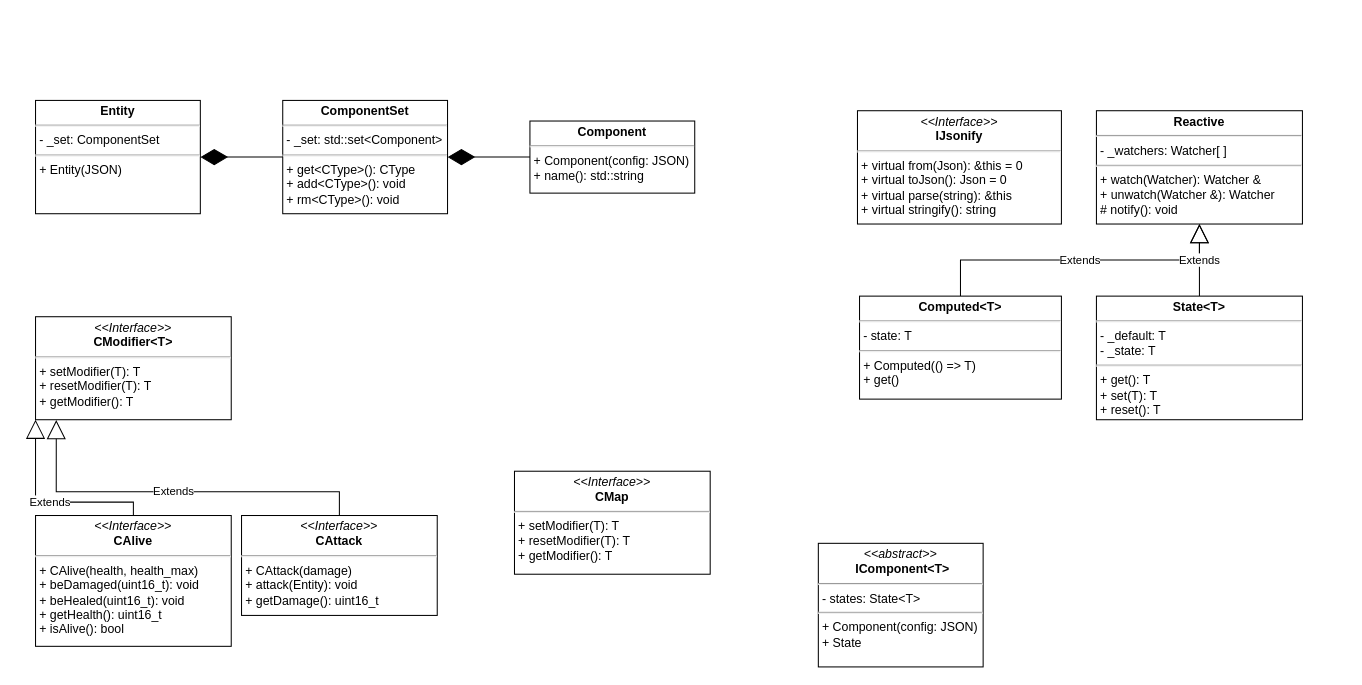
vSEK1RO/nekomancer keeps this draw.io diagram as uml.drawio. Above is the earlier version. Source tidied: cells renumbered, new cells numbered last; positions are measured from the earlier drawing's top-left corner, leaving out a move shared by most shapes. Both pictures are drawn from the tidied source at 103%, with x=0, y=0 at pixel (35, 100).
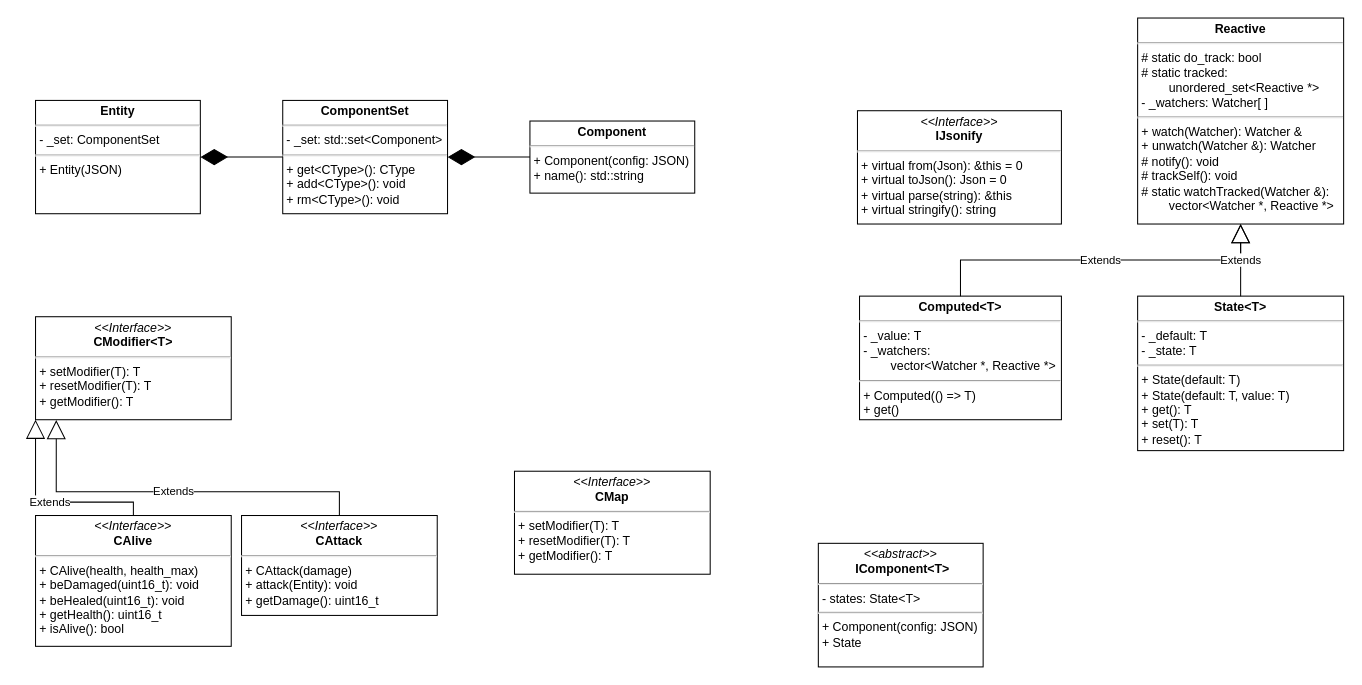
After the change.

Commit message (it also covers changes not shown here):
fix(Reactive): copy, move methods deleted; feat(Computed)

The edit, as a diff of the source:
```diff
@@
-    <mxCell id="14" value="&lt;p style=&quot;margin:0px;margin-top:4px;text-align:center;&quot;&gt;&lt;b&gt;Computed&amp;lt;T&amp;gt;&lt;/b&gt;&lt;/p&gt;&lt;hr&gt;&lt;p style=&quot;margin:0px;margin-left:4px;&quot;&gt;&lt;span style=&quot;background-color: initial;&quot;&gt;- state: T&lt;/span&gt;&lt;/p&gt;&lt;hr&gt;&lt;p style=&quot;margin:0px;margin-left:4px;&quot;&gt;&lt;span style=&quot;background-color: initial;&quot;&gt;+ Computed(() =&amp;gt; T)&lt;/span&gt;&lt;/p&gt;&lt;p style=&quot;margin:0px;margin-left:4px;&quot;&gt;&lt;span style=&quot;background-color: initial;&quot;&gt;+ get()&lt;/span&gt;&lt;/p&gt;" style="verticalAlign=top;align=left;overflow=fill;html=1;whiteSpace=wrap;" parent="1" vertex="1">
-      <mxGeometry x="800" y="190" width="196" height="100" as="geometry" />
+    <mxCell id="14" value="&lt;p style=&quot;margin:0px;margin-top:4px;text-align:center;&quot;&gt;&lt;b&gt;Computed&amp;lt;T&amp;gt;&lt;/b&gt;&lt;/p&gt;&lt;hr&gt;&lt;p style=&quot;margin:0px;margin-left:4px;&quot;&gt;&lt;span style=&quot;background-color: initial;&quot;&gt;- _value: T&lt;/span&gt;&lt;/p&gt;&lt;p style=&quot;margin:0px;margin-left:4px;&quot;&gt;&lt;span style=&quot;background-color: initial;&quot;&gt;- _watchers:&lt;/span&gt;&lt;/p&gt;&lt;p style=&quot;margin:0px;margin-left:4px;&quot;&gt;&lt;span style=&quot;background-color: initial;&quot;&gt;&lt;span style=&quot;white-space: pre;&quot;&gt;&#9;&lt;/span&gt;vector&amp;lt;Watcher *, Reactive *&amp;gt;&lt;/span&gt;&lt;/p&gt;&lt;hr&gt;&lt;p style=&quot;margin:0px;margin-left:4px;&quot;&gt;&lt;span style=&quot;background-color: initial;&quot;&gt;+ Computed(() =&amp;gt; T)&lt;/span&gt;&lt;/p&gt;&lt;p style=&quot;margin:0px;margin-left:4px;&quot;&gt;&lt;span style=&quot;background-color: initial;&quot;&gt;+ get()&lt;/span&gt;&lt;/p&gt;" style="verticalAlign=top;align=left;overflow=fill;html=1;whiteSpace=wrap;" parent="1" vertex="1">
+      <mxGeometry x="800" y="190" width="196" height="120" as="geometry" />
     </mxCell>
-    <mxCell id="15" value="&lt;p style=&quot;margin:0px;margin-top:4px;text-align:center;&quot;&gt;&lt;b&gt;Reactive&lt;/b&gt;&lt;/p&gt;&lt;hr&gt;&lt;p style=&quot;margin: 0px 0px 0px 4px;&quot;&gt;- _watchers: Watcher[ ]&lt;/p&gt;&lt;hr&gt;&lt;p style=&quot;margin: 0px 0px 0px 4px;&quot;&gt;+ watch(Watcher): Watcher &amp;amp;&lt;/p&gt;&lt;p style=&quot;margin: 0px 0px 0px 4px;&quot;&gt;+ unwatch(Watcher &amp;amp;): Watcher&lt;/p&gt;&lt;p style=&quot;margin: 0px 0px 0px 4px;&quot;&gt;# notify(): void&lt;/p&gt;" style="verticalAlign=top;align=left;overflow=fill;html=1;whiteSpace=wrap;" parent="1" vertex="1">
-      <mxGeometry x="1030" y="10" width="200" height="110" as="geometry" />
+    <mxCell id="15" value="&lt;p style=&quot;margin:0px;margin-top:4px;text-align:center;&quot;&gt;&lt;b&gt;Reactive&lt;/b&gt;&lt;/p&gt;&lt;hr&gt;&lt;p style=&quot;margin: 0px 0px 0px 4px;&quot;&gt;# static do_track: bool&lt;/p&gt;&lt;p style=&quot;margin: 0px 0px 0px 4px;&quot;&gt;# static tracked: &lt;span style=&quot;white-space: pre;&quot;&gt;&#9;&lt;/span&gt;unordered_set&amp;lt;Reactive *&amp;gt;&lt;/p&gt;&lt;p style=&quot;margin: 0px 0px 0px 4px;&quot;&gt;- _watchers: Watcher[ ]&lt;/p&gt;&lt;hr&gt;&lt;p style=&quot;margin: 0px 0px 0px 4px;&quot;&gt;+ watch(Watcher): Watcher &amp;amp;&lt;/p&gt;&lt;p style=&quot;margin: 0px 0px 0px 4px;&quot;&gt;+ unwatch(Watcher &amp;amp;): Watcher&lt;/p&gt;&lt;p style=&quot;margin: 0px 0px 0px 4px;&quot;&gt;# notify(): void&lt;/p&gt;&lt;p style=&quot;margin: 0px 0px 0px 4px;&quot;&gt;# trackSelf(): void&lt;/p&gt;&lt;p style=&quot;margin: 0px 0px 0px 4px;&quot;&gt;# static watchTracked(Watcher &amp;amp;): &lt;span style=&quot;white-space: pre;&quot;&gt;&#9;&lt;/span&gt;vector&amp;lt;Watcher *, Reactive *&amp;gt;&lt;/p&gt;" style="verticalAlign=top;align=left;overflow=fill;html=1;whiteSpace=wrap;" parent="1" vertex="1">
+      <mxGeometry x="1070" y="-80" width="200" height="200" as="geometry" />
     </mxCell>
-    <mxCell id="16" value="&lt;p style=&quot;margin:0px;margin-top:4px;text-align:center;&quot;&gt;&lt;b&gt;State&amp;lt;T&amp;gt;&lt;/b&gt;&lt;/p&gt;&lt;hr&gt;&lt;p style=&quot;margin: 0px 0px 0px 4px;&quot;&gt;- _default: T&lt;/p&gt;&lt;p style=&quot;margin: 0px 0px 0px 4px;&quot;&gt;- _state: T&lt;/p&gt;&lt;hr&gt;&lt;p style=&quot;margin: 0px 0px 0px 4px;&quot;&gt;&lt;span style=&quot;background-color: initial;&quot;&gt;+ get(): T&lt;/span&gt;&lt;/p&gt;&lt;p style=&quot;margin: 0px 0px 0px 4px;&quot;&gt;+ set(T): T&lt;/p&gt;&lt;p style=&quot;margin: 0px 0px 0px 4px;&quot;&gt;+ reset(): T&lt;/p&gt;&lt;p style=&quot;margin: 0px 0px 0px 4px;&quot;&gt;&lt;br&gt;&lt;/p&gt;" style="verticalAlign=top;align=left;overflow=fill;html=1;whiteSpace=wrap;" parent="1" vertex="1">
-      <mxGeometry x="1030" y="190" width="200" height="120" as="geometry" />
+    <mxCell id="16" value="&lt;p style=&quot;margin:0px;margin-top:4px;text-align:center;&quot;&gt;&lt;b&gt;State&amp;lt;T&amp;gt;&lt;/b&gt;&lt;/p&gt;&lt;hr&gt;&lt;p style=&quot;margin: 0px 0px 0px 4px;&quot;&gt;- _default: T&lt;/p&gt;&lt;p style=&quot;margin: 0px 0px 0px 4px;&quot;&gt;- _state: T&lt;/p&gt;&lt;hr&gt;&lt;p style=&quot;margin: 0px 0px 0px 4px;&quot;&gt;&lt;span style=&quot;background-color: initial;&quot;&gt;+ State(default: T)&lt;/span&gt;&lt;/p&gt;&lt;p style=&quot;margin: 0px 0px 0px 4px;&quot;&gt;&lt;span style=&quot;background-color: initial;&quot;&gt;+ State(default: T, value: T)&lt;/span&gt;&lt;/p&gt;&lt;p style=&quot;margin: 0px 0px 0px 4px;&quot;&gt;&lt;span style=&quot;background-color: initial;&quot;&gt;+ get(): T&lt;/span&gt;&lt;/p&gt;&lt;p style=&quot;margin: 0px 0px 0px 4px;&quot;&gt;+ set(T): T&lt;/p&gt;&lt;p style=&quot;margin: 0px 0px 0px 4px;&quot;&gt;+ reset(): T&lt;/p&gt;&lt;p style=&quot;margin: 0px 0px 0px 4px;&quot;&gt;&lt;br&gt;&lt;/p&gt;" style="verticalAlign=top;align=left;overflow=fill;html=1;whiteSpace=wrap;" parent="1" vertex="1">
+      <mxGeometry x="1070" y="190" width="200" height="150" as="geometry" />
     </mxCell>
```
